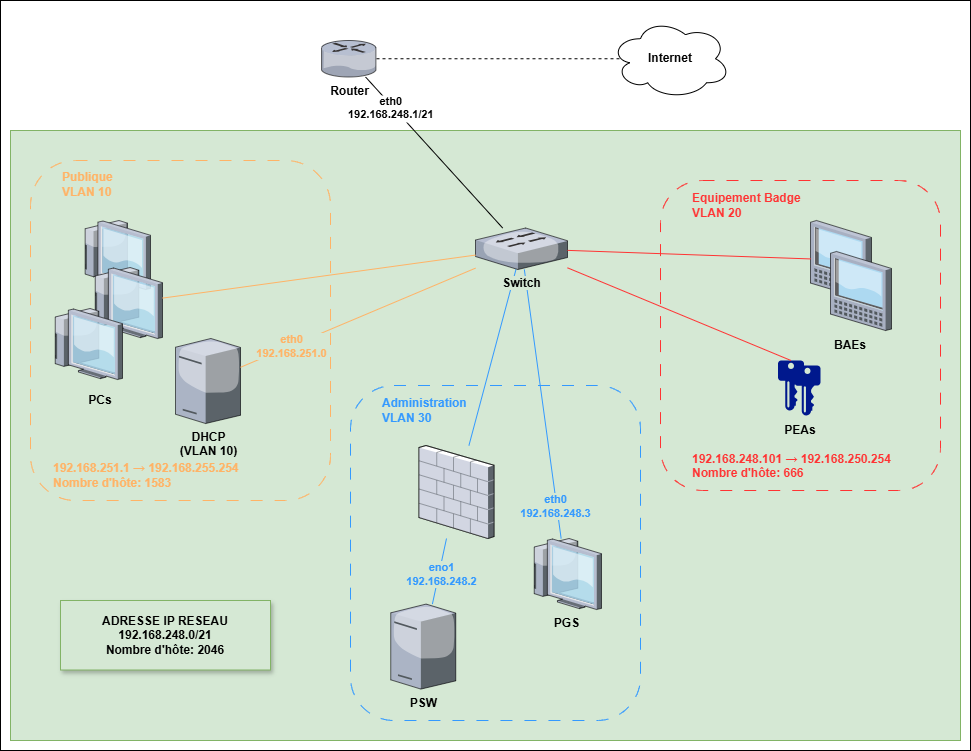
Above: PartieCommune/Reseau/InfraReseau(finale).png in RobinMartineau/Acc-s-campus- (draw.io), before the change. Source tidied: cells renumbered, new cells last; positions are measured from the earlier drawing's top-left corner, leaving out a move shared by most shapes.
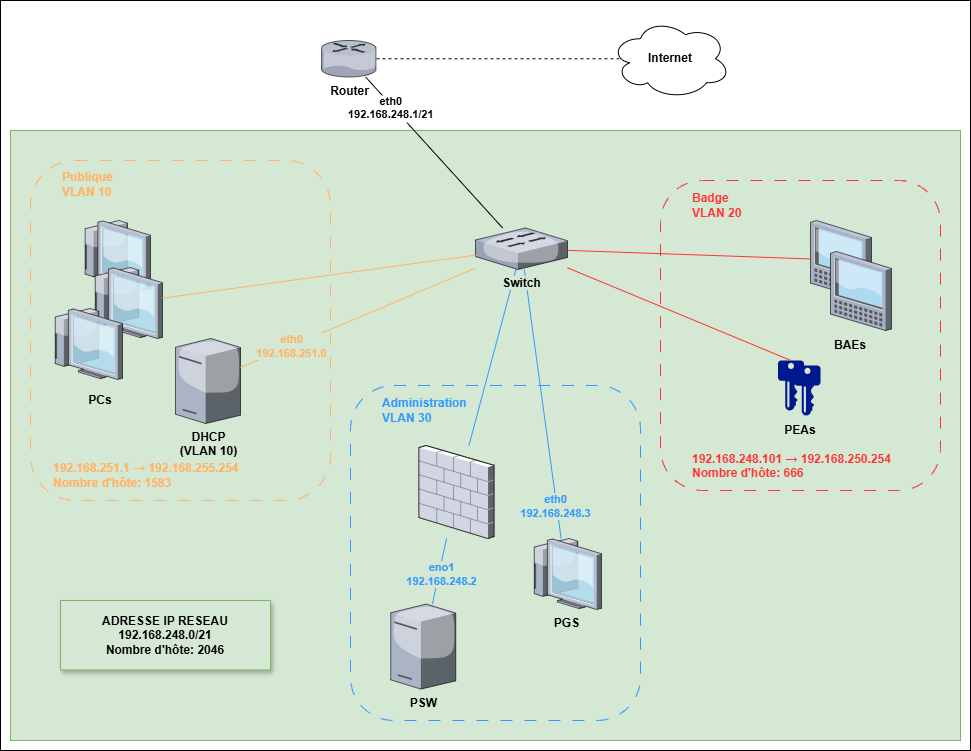
The same diagram one commit later.

Commit message:
Légere modification du schema reseau

Diff of the diagram source:
```diff
@@ -66,7 +66,7 @@
     <mxCell id="21" value="192.168.248.101 → 192.168.250.254 Nombre d'hôte: 666" style="text;whiteSpace=wrap;html=1;fontColor=#FF3333;fontStyle=1;" parent="1" vertex="1">
       <mxGeometry x="690" y="445" width="230" height="40" as="geometry" />
     </mxCell>
-    <mxCell id="22" value="&lt;div&gt;Equipement Badge&lt;/div&gt;VLAN 20" style="text;html=1;align=left;verticalAlign=middle;whiteSpace=wrap;rounded=0;fontColor=#FF3333;fontStyle=1;" parent="1" vertex="1">
+    <mxCell id="22" value="&lt;div&gt;Badge&lt;/div&gt;VLAN 20" style="text;html=1;align=left;verticalAlign=middle;whiteSpace=wrap;rounded=0;fontColor=#FF3333;fontStyle=1;" parent="1" vertex="1">
       <mxGeometry x="690" y="190" width="120" height="30" as="geometry" />
     </mxCell>
     <mxCell id="23" style="endArrow=none;html=1;rounded=0;entryX=0.5;entryY=0;entryDx=0;entryDy=0;entryPerimeter=0;strokeColor=#FF3333;" parent="1" edge="1" source="15" target="7">
```
